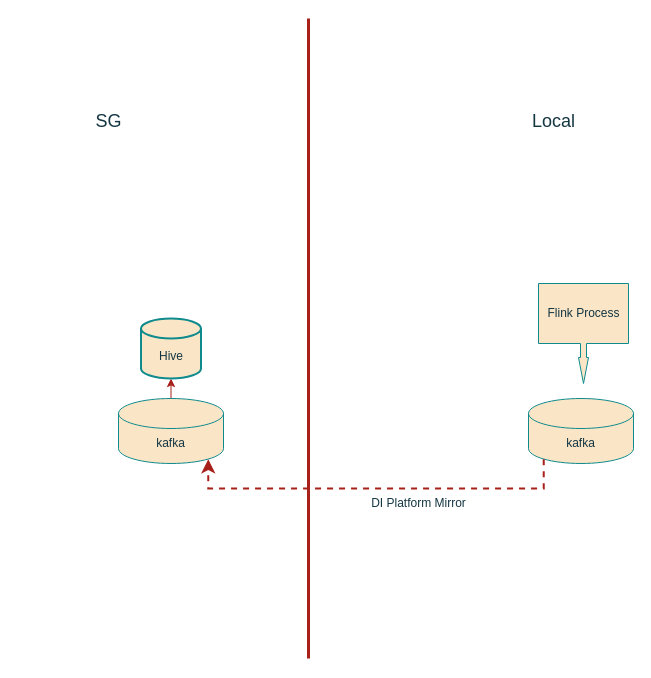
Before: 未命名绘图.drawio in LadyTao/learn, a draw.io diagram. Source tidied: cells renumbered, new cells numbered last; positions are measured from the earlier drawing's top-left corner, leaving out a move shared by most shapes. Both pictures are drawn from the tidied source at 100%, with x=0, y=0 at pixel (83, 18).
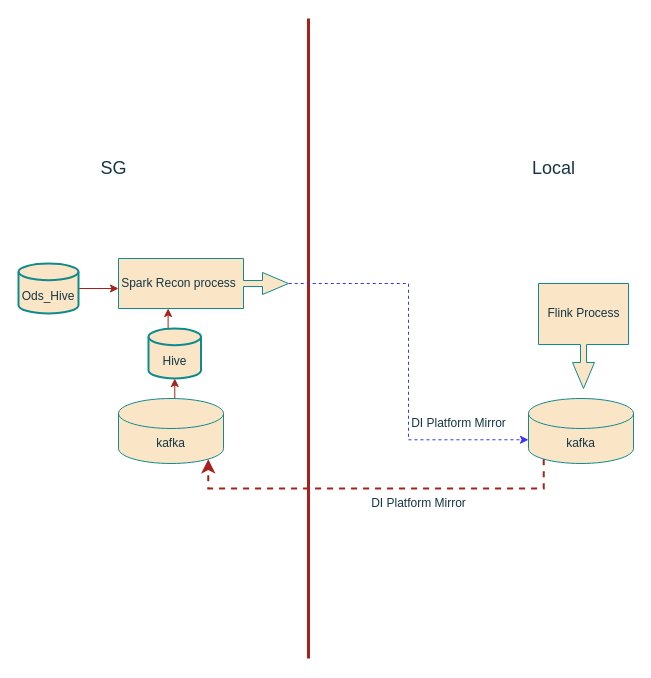
Above is the later version.

Commit message (it also covers changes not shown here):
更新未命名绘图.drawio

The change refers to these unchanged cells:
```xml
<mxCell id="2" value="kafka" style="shape=cylinder3;whiteSpace=wrap;html=1;boundedLbl=1;backgroundOutline=1;size=15;rotation=0;labelBackgroundColor=none;fillColor=#FAE5C7;strokeColor=#0F8B8D;fontColor=#143642;" parent="1" vertex="1">
  <mxGeometry x="445" y="380" width="105" height="65" as="geometry" />
</mxCell>
```

The edit, as a diff of the source:
```diff
@@
+    <mxCell id="13" style="edgeStyle=orthogonalEdgeStyle;rounded=0;jettySize=auto;html=1;exitX=0.5;exitY=0;exitDx=0;exitDy=0;exitPerimeter=0;entryX=0;entryY=0;entryDx=49.625;entryDy=50;entryPerimeter=0;strokeColor=#A8201A;fontColor=#143642;fillColor=#FAE5C7;" parent="1" edge="1" source="5" target="17">
+      <mxGeometry relative="1" as="geometry" />
+    </mxCell>
     <mxCell id="5" value="&lt;br&gt;Hive" style="strokeWidth=2;html=1;shape=mxgraph.flowchart.database;whiteSpace=wrap;labelBackgroundColor=none;fillColor=#FAE5C7;strokeColor=#0F8B8D;fontColor=#143642;" parent="1" vertex="1">
-      <mxGeometry x="57.5" y="300" width="60" height="60" as="geometry" />
+      <mxGeometry x="65" y="310" width="52.5" height="50" as="geometry" />
     </mxCell>
@@
     <mxCell id="7" value="&lt;font style=&quot;font-size: 18px;&quot;&gt;Local&lt;/font&gt;" style="text;html=1;align=center;verticalAlign=middle;strokeColor=none;fillColor=none;labelBackgroundColor=none;fontColor=#143642;" parent="1" vertex="1">
-      <mxGeometry x="435" y="83" width="70" height="40" as="geometry" />
+      <mxGeometry x="435" y="130" width="70" height="40" as="geometry" />
     </mxCell>
     <mxCell id="8" value="&lt;font style=&quot;font-size: 18px;&quot;&gt;SG&lt;/font&gt;" style="text;html=1;align=center;verticalAlign=middle;strokeColor=none;fillColor=none;labelBackgroundColor=none;fontColor=#143642;" parent="1" vertex="1">
-      <mxGeometry y="83" width="50" height="40" as="geometry" />
+      <mxGeometry x="5" y="130" width="50" height="40" as="geometry" />
     </mxCell>
@@
-    <mxCell id="10" style="html=1;shadow=0;dashed=0;align=center;verticalAlign=middle;shape=mxgraph.arrows2.calloutArrow;dy=3;dx=26;notch=60;arrowHead=2;strokeColor=#0F8B8D;fontColor=#143642;fillColor=#FAE5C7;rotation=90;" parent="1" vertex="1">
-      <mxGeometry x="450" y="270" width="100" height="90" as="geometry" />
+    <mxCell id="10" style="html=1;shadow=0;dashed=0;align=center;verticalAlign=middle;shape=mxgraph.arrows2.calloutArrow;dy=3;dx=26;notch=61;arrowHead=8;strokeColor=#0F8B8D;fontColor=#143642;fillColor=#FAE5C7;rotation=90;" parent="1" vertex="1">
+      <mxGeometry x="447.5" y="272.5" width="105" height="90" as="geometry" />
     </mxCell>
@@
+    <mxCell id="14" style="edgeStyle=orthogonalEdgeStyle;rounded=0;jettySize=auto;html=1;exitX=1;exitY=0.5;exitDx=0;exitDy=0;exitPerimeter=0;entryX=0;entryY=0.6;entryDx=0;entryDy=0;entryPerimeter=0;strokeColor=#A8201A;fontColor=#143642;fillColor=#FAE5C7;" parent="1" edge="1" source="15" target="17">
+      <mxGeometry relative="1" as="geometry" />
+    </mxCell>
+    <mxCell id="15" value="&lt;br&gt;Ods_Hive" style="strokeWidth=2;html=1;shape=mxgraph.flowchart.database;whiteSpace=wrap;labelBackgroundColor=none;fillColor=#FAE5C7;strokeColor=#0F8B8D;fontColor=#143642;" parent="1" vertex="1">
+      <mxGeometry x="-65" y="245" width="60" height="50" as="geometry" />
+    </mxCell>
+    <mxCell id="16" style="edgeStyle=orthogonalEdgeStyle;rounded=0;jettySize=auto;html=1;exitX=0;exitY=0;exitDx=146.25;exitDy=25;exitPerimeter=0;entryX=0;entryY=0;entryDx=0;entryDy=41.25;entryPerimeter=0;strokeColor=#3333FF;fontColor=#143642;fillColor=#FAE5C7;dashed=1;" parent="1" edge="1" source="17" target="2">
+      <mxGeometry relative="1" as="geometry" />
+    </mxCell>
+    <mxCell id="17" style="html=1;shadow=0;dashed=0;align=center;verticalAlign=middle;shape=mxgraph.arrows2.calloutArrow;dy=3;dx=26;notch=125;arrowHead=8;strokeColor=#0F8B8D;fontColor=#143642;fillColor=#FAE5C7;rotation=0;" parent="1" vertex="1">
+      <mxGeometry x="35" y="240" width="170" height="50" as="geometry" />
+    </mxCell>
+    <mxCell id="18" value="Spark Recon process" style="text;html=1;align=center;verticalAlign=middle;strokeColor=none;fillColor=none;fontColor=#143642;" parent="1" vertex="1">
+      <mxGeometry x="25" y="250" width="140" height="30" as="geometry" />
+    </mxCell>
+    <mxCell id="19" value="DI Platform Mirror" style="text;html=1;align=center;verticalAlign=middle;strokeColor=none;fillColor=none;fontColor=#143642;" parent="1" vertex="1">
+      <mxGeometry x="315" y="390" width="120" height="30" as="geometry" />
+    </mxCell>
```
